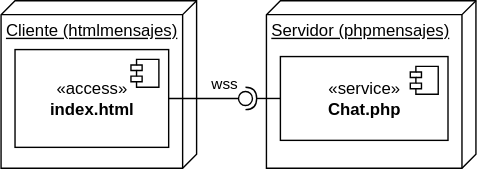
Before: docs/img/m14chat/chatdistribucion.drawio.svg, a diagram exported from draw.io (gilpgawoas/gilpgawoas.github.io). Source tidied: cells renumbered, new cells last; positions are measured from the earlier drawing's top-left corner, leaving out a move shared by most shapes.
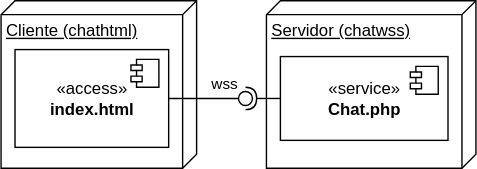
The same diagram one commit later.

Diff of the diagram source:
```diff
@@ -2,7 +2,7 @@
   <root>
     <mxCell id="0" />
     <mxCell id="1" parent="0" />
-    <mxCell id="2" value="Cliente (htmlmensajes)" style="verticalAlign=top;align=left;spacingTop=8;spacingLeft=2;spacingRight=12;shape=cube;size=10;direction=south;fontStyle=4;html=1;" parent="1" vertex="1">
+    <mxCell id="2" value="Cliente (chathtml)" style="verticalAlign=top;align=left;spacingTop=8;spacingLeft=2;spacingRight=12;shape=cube;size=10;direction=south;fontStyle=4;html=1;" parent="1" vertex="1">
       <mxGeometry width="140" height="120" as="geometry" />
     </mxCell>
     <mxCell id="3" value="«access»&lt;br&gt;&lt;b&gt;index.html&lt;/b&gt;" style="html=1;" parent="1" vertex="1">
@@ -13,7 +13,7 @@
         <mxPoint x="-27" y="7" as="offset" />
       </mxGeometry>
     </mxCell>
-    <mxCell id="5" value="Servidor (phpmensajes)" style="verticalAlign=top;align=left;spacingTop=8;spacingLeft=2;spacingRight=12;shape=cube;size=10;direction=south;fontStyle=4;html=1;" parent="1" vertex="1">
+    <mxCell id="5" value="Servidor (chatwss)" style="verticalAlign=top;align=left;spacingTop=8;spacingLeft=2;spacingRight=12;shape=cube;size=10;direction=south;fontStyle=4;html=1;" parent="1" vertex="1">
       <mxGeometry x="190" width="150" height="120" as="geometry" />
     </mxCell>
     <mxCell id="6" value="«service»&lt;br&gt;&lt;b&gt;Chat.php&lt;/b&gt;" style="html=1;" parent="1" vertex="1">
```
